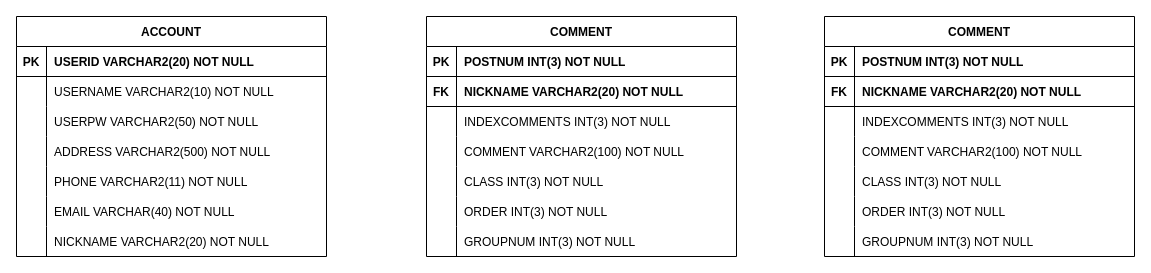
Earlier version of the draw.io diagram page "ENGLISH" (1 of 2) of ERD_capstone.drawio (jgy2808/TERM_Project). Source tidied: cells renumbered, new cells numbered last; positions are measured from the earlier drawing's top-left corner, leaving out a move shared by most shapes. Both pictures are drawn from the tidied source at 100%, with x=0, y=0 at pixel (16, 16).
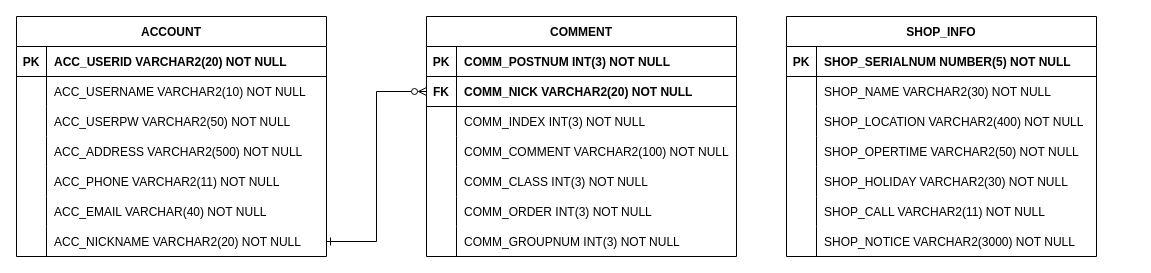
After the change.

The change refers to these unchanged cells:
```xml
<mxCell id="3" style="shape=partialRectangle;fillColor=none;top=0;left=0;right=0;bottom=1;" parent="2" vertex="1">
  <mxGeometry y="30" width="310" height="30" as="geometry" />
</mxCell>
<mxCell id="6" style="shape=partialRectangle;fillColor=none;top=0;left=0;right=0;bottom=0;" parent="2" vertex="1">
  <mxGeometry y="60" width="310" height="30" as="geometry" />
</mxCell>
<mxCell id="9" style="shape=partialRectangle;fillColor=none;top=0;left=0;right=0;bottom=0;" parent="2" vertex="1">
  <mxGeometry y="90" width="310" height="30" as="geometry" />
</mxCell>
<mxCell id="12" style="shape=partialRectangle;fillColor=none;top=0;left=0;right=0;bottom=0;" parent="2" vertex="1">
  <mxGeometry y="120" width="310" height="30" as="geometry" />
</mxCell>
<mxCell id="15" style="shape=partialRectangle;fillColor=none;top=0;left=0;right=0;bottom=0;" parent="2" vertex="1">
  <mxGeometry y="150" width="310" height="30" as="geometry" />
</mxCell>
<mxCell id="18" style="shape=partialRectangle;fillColor=none;top=0;left=0;right=0;bottom=0;" parent="2" vertex="1">
  <mxGeometry y="180" width="310" height="30" as="geometry" />
</mxCell>
<mxCell id="21" style="shape=partialRectangle;fillColor=none;points=[[0,0.5],[1,0.5]];portConstraint=eastwest;top=0;left=0;right=0;bottom=0;" parent="2" vertex="1">
  <mxGeometry y="210" width="310" height="30" as="geometry" />
</mxCell>
<mxCell id="25" style="shape=partialRectangle;fillColor=none;top=0;left=0;right=0;bottom=1;" parent="24" vertex="1">
  <mxGeometry y="30" width="310" height="30" as="geometry" />
</mxCell>
<mxCell id="28" style="shape=partialRectangle;fillColor=none;points=[[0,0.5],[1,0.5]];portConstraint=eastwest;top=0;left=0;right=0;bottom=1;" parent="24" vertex="1">
  <mxGeometry y="60" width="310" height="30" as="geometry" />
</mxCell>
<mxCell id="31" style="shape=partialRectangle;fillColor=none;top=0;left=0;right=0;bottom=0;" parent="24" vertex="1">
  <mxGeometry y="90" width="310" height="30" as="geometry" />
</mxCell>
<mxCell id="34" style="shape=partialRectangle;fillColor=none;top=0;left=0;right=0;bottom=0;" parent="24" vertex="1">
  <mxGeometry y="120" width="310" height="30" as="geometry" />
</mxCell>
<mxCell id="37" style="shape=partialRectangle;fillColor=none;top=0;left=0;right=0;bottom=0;" parent="24" vertex="1">
  <mxGeometry y="150" width="310" height="30" as="geometry" />
</mxCell>
<mxCell id="40" style="shape=partialRectangle;fillColor=none;top=0;left=0;right=0;bottom=0;" parent="24" vertex="1">
  <mxGeometry y="180" width="310" height="30" as="geometry" />
</mxCell>
<mxCell id="43" style="shape=partialRectangle;fillColor=none;top=0;left=0;right=0;bottom=0;" parent="24" vertex="1">
  <mxGeometry y="210" width="310" height="30" as="geometry" />
</mxCell>
<mxCell id="47" style="shape=partialRectangle;fillColor=none;top=0;left=0;right=0;bottom=1;" parent="46" vertex="1">
  <mxGeometry y="30" width="310" height="30" as="geometry" />
</mxCell>
```

The edit, as a diff of the source:
```diff
@@
-    <mxCell id="5" value="USERID VARCHAR2(20) NOT NULL" style="shape=partialRectangle;overflow=hidden;fillColor=none;top=0;left=0;bottom=0;right=0;align=left;spacingLeft=6;fontStyle=1;" parent="3" vertex="1">
+    <mxCell id="5" value="ACC_USERID VARCHAR2(20) NOT NULL" style="shape=partialRectangle;overflow=hidden;fillColor=none;top=0;left=0;bottom=0;right=0;align=left;spacingLeft=6;fontStyle=1;" parent="3" vertex="1">
       <mxGeometry x="30" width="280" height="30" as="geometry" />
     </mxCell>
@@
-    <mxCell id="8" value="USERNAME VARCHAR2(10) NOT NULL" style="shape=partialRectangle;overflow=hidden;fillColor=none;top=0;left=0;bottom=0;right=0;align=left;spacingLeft=6;" parent="6" vertex="1">
+    <mxCell id="8" value="ACC_USERNAME VARCHAR2(10) NOT NULL" style="shape=partialRectangle;overflow=hidden;fillColor=none;top=0;left=0;bottom=0;right=0;align=left;spacingLeft=6;" parent="6" vertex="1">
       <mxGeometry x="30" width="280" height="30" as="geometry" />
     </mxCell>
@@
-    <mxCell id="11" value="USERPW VARCHAR2(50) NOT NULL" style="shape=partialRectangle;overflow=hidden;fillColor=none;top=0;left=0;bottom=0;right=0;align=left;spacingLeft=6;" parent="9" vertex="1">
+    <mxCell id="11" value="ACC_USERPW VARCHAR2(50) NOT NULL" style="shape=partialRectangle;overflow=hidden;fillColor=none;top=0;left=0;bottom=0;right=0;align=left;spacingLeft=6;" parent="9" vertex="1">
       <mxGeometry x="30" width="280" height="30" as="geometry" />
     </mxCell>
@@
-    <mxCell id="14" value="ADDRESS VARCHAR2(500) NOT NULL" style="shape=partialRectangle;overflow=hidden;fillColor=none;top=0;left=0;bottom=0;right=0;align=left;spacingLeft=6;" parent="12" vertex="1">
+    <mxCell id="14" value="ACC_ADDRESS VARCHAR2(500) NOT NULL" style="shape=partialRectangle;overflow=hidden;fillColor=none;top=0;left=0;bottom=0;right=0;align=left;spacingLeft=6;" parent="12" vertex="1">
       <mxGeometry x="30" width="280" height="30" as="geometry" />
     </mxCell>
@@
-    <mxCell id="17" value="PHONE VARCHAR2(11) NOT NULL" style="shape=partialRectangle;overflow=hidden;fillColor=none;top=0;left=0;bottom=0;right=0;align=left;spacingLeft=6;" parent="15" vertex="1">
+    <mxCell id="17" value="ACC_PHONE VARCHAR2(11) NOT NULL" style="shape=partialRectangle;overflow=hidden;fillColor=none;top=0;left=0;bottom=0;right=0;align=left;spacingLeft=6;" parent="15" vertex="1">
       <mxGeometry x="30" width="280" height="30" as="geometry" />
     </mxCell>
@@
-    <mxCell id="20" value="EMAIL VARCHAR(40) NOT NULL" style="shape=partialRectangle;overflow=hidden;fillColor=none;top=0;left=0;bottom=0;right=0;align=left;spacingLeft=6;" parent="18" vertex="1">
+    <mxCell id="20" value="ACC_EMAIL VARCHAR(40) NOT NULL" style="shape=partialRectangle;overflow=hidden;fillColor=none;top=0;left=0;bottom=0;right=0;align=left;spacingLeft=6;" parent="18" vertex="1">
       <mxGeometry x="30" width="280" height="30" as="geometry" />
     </mxCell>
@@
-    <mxCell id="23" value="NICKNAME VARCHAR2(20) NOT NULL" style="shape=partialRectangle;overflow=hidden;fillColor=none;top=0;left=0;bottom=0;right=0;align=left;spacingLeft=6;" parent="21" vertex="1">
+    <mxCell id="23" value="ACC_NICKNAME VARCHAR2(20) NOT NULL" style="shape=partialRectangle;overflow=hidden;fillColor=none;top=0;left=0;bottom=0;right=0;align=left;spacingLeft=6;" parent="21" vertex="1">
       <mxGeometry x="30" width="280" height="30" as="geometry" />
     </mxCell>
@@
-    <mxCell id="27" value="POSTNUM INT(3) NOT NULL" style="shape=partialRectangle;overflow=hidden;fillColor=none;top=0;left=0;bottom=0;right=0;align=left;spacingLeft=6;fontStyle=1;" parent="25" vertex="1">
+    <mxCell id="27" value="COMM_POSTNUM INT(3) NOT NULL" style="shape=partialRectangle;overflow=hidden;fillColor=none;top=0;left=0;bottom=0;right=0;align=left;spacingLeft=6;fontStyle=1;" parent="25" vertex="1">
       <mxGeometry x="30" width="280" height="30" as="geometry" />
     </mxCell>
@@
-    <mxCell id="30" value="NICKNAME VARCHAR2(20) NOT NULL" style="shape=partialRectangle;overflow=hidden;fillColor=none;top=0;left=0;bottom=0;right=0;align=left;spacingLeft=6;fontStyle=1;" parent="28" vertex="1">
+    <mxCell id="30" value="COMM_NICK VARCHAR2(20) NOT NULL" style="shape=partialRectangle;overflow=hidden;fillColor=none;top=0;left=0;bottom=0;right=0;align=left;spacingLeft=6;fontStyle=1;" parent="28" vertex="1">
       <mxGeometry x="30" width="280" height="30" as="geometry" />
     </mxCell>
@@
-    <mxCell id="33" value="INDEXCOMMENTS INT(3) NOT NULL" style="shape=partialRectangle;overflow=hidden;fillColor=none;top=0;left=0;bottom=0;right=0;align=left;spacingLeft=6;" parent="31" vertex="1">
+    <mxCell id="33" value="COMM_INDEX INT(3) NOT NULL" style="shape=partialRectangle;overflow=hidden;fillColor=none;top=0;left=0;bottom=0;right=0;align=left;spacingLeft=6;" parent="31" vertex="1">
       <mxGeometry x="30" width="280" height="30" as="geometry" />
     </mxCell>
@@
-    <mxCell id="36" value="COMMENT VARCHAR2(100) NOT NULL" style="shape=partialRectangle;overflow=hidden;fillColor=none;top=0;left=0;bottom=0;right=0;align=left;spacingLeft=6;" parent="34" vertex="1">
+    <mxCell id="36" value="COMM_COMMENT VARCHAR2(100) NOT NULL" style="shape=partialRectangle;overflow=hidden;fillColor=none;top=0;left=0;bottom=0;right=0;align=left;spacingLeft=6;" parent="34" vertex="1">
       <mxGeometry x="30" width="280" height="30" as="geometry" />
     </mxCell>
@@
-    <mxCell id="39" value="CLASS INT(3) NOT NULL" style="shape=partialRectangle;overflow=hidden;fillColor=none;top=0;left=0;bottom=0;right=0;align=left;spacingLeft=6;" parent="37" vertex="1">
+    <mxCell id="39" value="COMM_CLASS INT(3) NOT NULL" style="shape=partialRectangle;overflow=hidden;fillColor=none;top=0;left=0;bottom=0;right=0;align=left;spacingLeft=6;" parent="37" vertex="1">
       <mxGeometry x="30" width="280" height="30" as="geometry" />
     </mxCell>
@@
-    <mxCell id="42" value="ORDER INT(3) NOT NULL" style="shape=partialRectangle;overflow=hidden;fillColor=none;top=0;left=0;bottom=0;right=0;align=left;spacingLeft=6;" parent="40" vertex="1">
+    <mxCell id="42" value="COMM_ORDER INT(3) NOT NULL" style="shape=partialRectangle;overflow=hidden;fillColor=none;top=0;left=0;bottom=0;right=0;align=left;spacingLeft=6;" parent="40" vertex="1">
       <mxGeometry x="30" width="280" height="30" as="geometry" />
     </mxCell>
@@
-    <mxCell id="45" value="GROUPNUM INT(3) NOT NULL" style="shape=partialRectangle;overflow=hidden;fillColor=none;top=0;left=0;bottom=0;right=0;align=left;spacingLeft=6;" parent="43" vertex="1">
+    <mxCell id="45" value="COMM_GROUPNUM INT(3) NOT NULL" style="shape=partialRectangle;overflow=hidden;fillColor=none;top=0;left=0;bottom=0;right=0;align=left;spacingLeft=6;" parent="43" vertex="1">
       <mxGeometry x="30" width="280" height="30" as="geometry" />
     </mxCell>
-    <mxCell id="46" value="COMMENT" style="shape=table;startSize=30;childLayout=tableLayout;rowLines=0;fontStyle=1;align=center;" parent="1" vertex="1">
-      <mxGeometry x="808" width="310" height="240" as="geometry" />
+    <mxCell id="46" value="SHOP_INFO" style="shape=table;startSize=30;childLayout=tableLayout;rowLines=0;fontStyle=1;align=center;" parent="1" vertex="1">
+      <mxGeometry x="770" width="310" height="240" as="geometry" />
     </mxCell>
@@
-    <mxCell id="49" value="POSTNUM INT(3) NOT NULL" style="shape=partialRectangle;overflow=hidden;fillColor=none;top=0;left=0;bottom=0;right=0;align=left;spacingLeft=6;fontStyle=1;" parent="47" vertex="1">
+    <mxCell id="49" value="SHOP_SERIALNUM NUMBER(5) NOT NULL" style="shape=partialRectangle;overflow=hidden;fillColor=none;top=0;left=0;bottom=0;right=0;align=left;spacingLeft=6;fontStyle=1;" parent="47" vertex="1">
       <mxGeometry x="30" width="280" height="30" as="geometry" />
     </mxCell>
-    <mxCell id="50" style="shape=partialRectangle;fillColor=none;top=0;left=0;right=0;bottom=1;" parent="46" vertex="1">
-      <mxGeometry y="60" width="310" height="30" as="geometry" />
-    </mxCell>
-    <mxCell id="51" value="FK" style="shape=partialRectangle;overflow=hidden;fillColor=none;top=0;left=0;bottom=0;right=0;fontStyle=1;" parent="50" vertex="1">
-      <mxGeometry width="30" height="30" as="geometry" />
-    </mxCell>
-    <mxCell id="52" value="NICKNAME VARCHAR2(20) NOT NULL" style="shape=partialRectangle;overflow=hidden;fillColor=none;top=0;left=0;bottom=0;right=0;align=left;spacingLeft=6;fontStyle=1;" parent="50" vertex="1">
-      <mxGeometry x="30" width="280" height="30" as="geometry" />
-    </mxCell>
     <mxCell id="53" style="shape=partialRectangle;fillColor=none;top=0;left=0;right=0;bottom=0;" parent="46" vertex="1">
-      <mxGeometry y="90" width="310" height="30" as="geometry" />
+      <mxGeometry y="60" width="310" height="30" as="geometry" />
     </mxCell>
@@
-    <mxCell id="55" value="INDEXCOMMENTS INT(3) NOT NULL" style="shape=partialRectangle;overflow=hidden;fillColor=none;top=0;left=0;bottom=0;right=0;align=left;spacingLeft=6;" parent="53" vertex="1">
+    <mxCell id="55" value="SHOP_NAME VARCHAR2(30) NOT NULL" style="shape=partialRectangle;overflow=hidden;fillColor=none;top=0;left=0;bottom=0;right=0;align=left;spacingLeft=6;" parent="53" vertex="1">
       <mxGeometry x="30" width="280" height="30" as="geometry" />
     </mxCell>
     <mxCell id="56" style="shape=partialRectangle;fillColor=none;top=0;left=0;right=0;bottom=0;" parent="46" vertex="1">
-      <mxGeometry y="120" width="310" height="30" as="geometry" />
+      <mxGeometry y="90" width="310" height="30" as="geometry" />
     </mxCell>
@@
-    <mxCell id="58" value="COMMENT VARCHAR2(100) NOT NULL" style="shape=partialRectangle;overflow=hidden;fillColor=none;top=0;left=0;bottom=0;right=0;align=left;spacingLeft=6;" parent="56" vertex="1">
+    <mxCell id="58" value="SHOP_LOCATION VARCHAR2(400) NOT NULL" style="shape=partialRectangle;overflow=hidden;fillColor=none;top=0;left=0;bottom=0;right=0;align=left;spacingLeft=6;" parent="56" vertex="1">
       <mxGeometry x="30" width="280" height="30" as="geometry" />
     </mxCell>
     <mxCell id="59" style="shape=partialRectangle;fillColor=none;top=0;left=0;right=0;bottom=0;" parent="46" vertex="1">
-      <mxGeometry y="150" width="310" height="30" as="geometry" />
+      <mxGeometry y="120" width="310" height="30" as="geometry" />
     </mxCell>
@@
-    <mxCell id="61" value="CLASS INT(3) NOT NULL" style="shape=partialRectangle;overflow=hidden;fillColor=none;top=0;left=0;bottom=0;right=0;align=left;spacingLeft=6;" parent="59" vertex="1">
+    <mxCell id="61" value="SHOP_OPERTIME VARCHAR2(50) NOT NULL" style="shape=partialRectangle;overflow=hidden;fillColor=none;top=0;left=0;bottom=0;right=0;align=left;spacingLeft=6;" parent="59" vertex="1">
       <mxGeometry x="30" width="280" height="30" as="geometry" />
     </mxCell>
     <mxCell id="62" style="shape=partialRectangle;fillColor=none;top=0;left=0;right=0;bottom=0;" parent="46" vertex="1">
-      <mxGeometry y="180" width="310" height="30" as="geometry" />
+      <mxGeometry y="150" width="310" height="30" as="geometry" />
     </mxCell>
@@
-    <mxCell id="64" value="ORDER INT(3) NOT NULL" style="shape=partialRectangle;overflow=hidden;fillColor=none;top=0;left=0;bottom=0;right=0;align=left;spacingLeft=6;" parent="62" vertex="1">
+    <mxCell id="64" value="SHOP_HOLIDAY VARCHAR2(30) NOT NULL" style="shape=partialRectangle;overflow=hidden;fillColor=none;top=0;left=0;bottom=0;right=0;align=left;spacingLeft=6;" parent="62" vertex="1">
       <mxGeometry x="30" width="280" height="30" as="geometry" />
     </mxCell>
     <mxCell id="65" style="shape=partialRectangle;fillColor=none;top=0;left=0;right=0;bottom=0;" parent="46" vertex="1">
-      <mxGeometry y="210" width="310" height="30" as="geometry" />
+      <mxGeometry y="180" width="310" height="30" as="geometry" />
     </mxCell>
@@
-    <mxCell id="67" value="GROUPNUM INT(3) NOT NULL" style="shape=partialRectangle;overflow=hidden;fillColor=none;top=0;left=0;bottom=0;right=0;align=left;spacingLeft=6;" parent="65" vertex="1">
+    <mxCell id="67" value="SHOP_CALL VARCHAR2(11) NOT NULL" style="shape=partialRectangle;overflow=hidden;fillColor=none;top=0;left=0;bottom=0;right=0;align=left;spacingLeft=6;" parent="65" vertex="1">
       <mxGeometry x="30" width="280" height="30" as="geometry" />
     </mxCell>
+    <mxCell id="68" style="shape=partialRectangle;fillColor=none;top=0;left=0;right=0;bottom=0;" parent="46" vertex="1">
+      <mxGeometry y="210" width="310" height="30" as="geometry" />
+    </mxCell>
+    <mxCell id="69" style="shape=partialRectangle;overflow=hidden;fillColor=none;top=0;left=0;bottom=0;right=0;" parent="68" vertex="1">
+      <mxGeometry width="30" height="30" as="geometry" />
+    </mxCell>
+    <mxCell id="70" value="SHOP_NOTICE VARCHAR2(3000) NOT NULL" style="shape=partialRectangle;overflow=hidden;fillColor=none;top=0;left=0;bottom=0;right=0;align=left;spacingLeft=6;" parent="68" vertex="1">
+      <mxGeometry x="30" width="280" height="30" as="geometry" />
+    </mxCell>
+    <mxCell id="71" style="edgeStyle=orthogonalEdgeStyle;rounded=0;jettySize=auto;html=1;exitX=1;exitY=0.5;exitDx=0;exitDy=0;entryX=0;entryY=0.5;entryDx=0;entryDy=0;endArrow=ERzeroToMany;endFill=0;startArrow=ERone;startFill=0;" parent="1" edge="1" source="21" target="28">
+      <mxGeometry relative="1" as="geometry" />
+    </mxCell>
```
